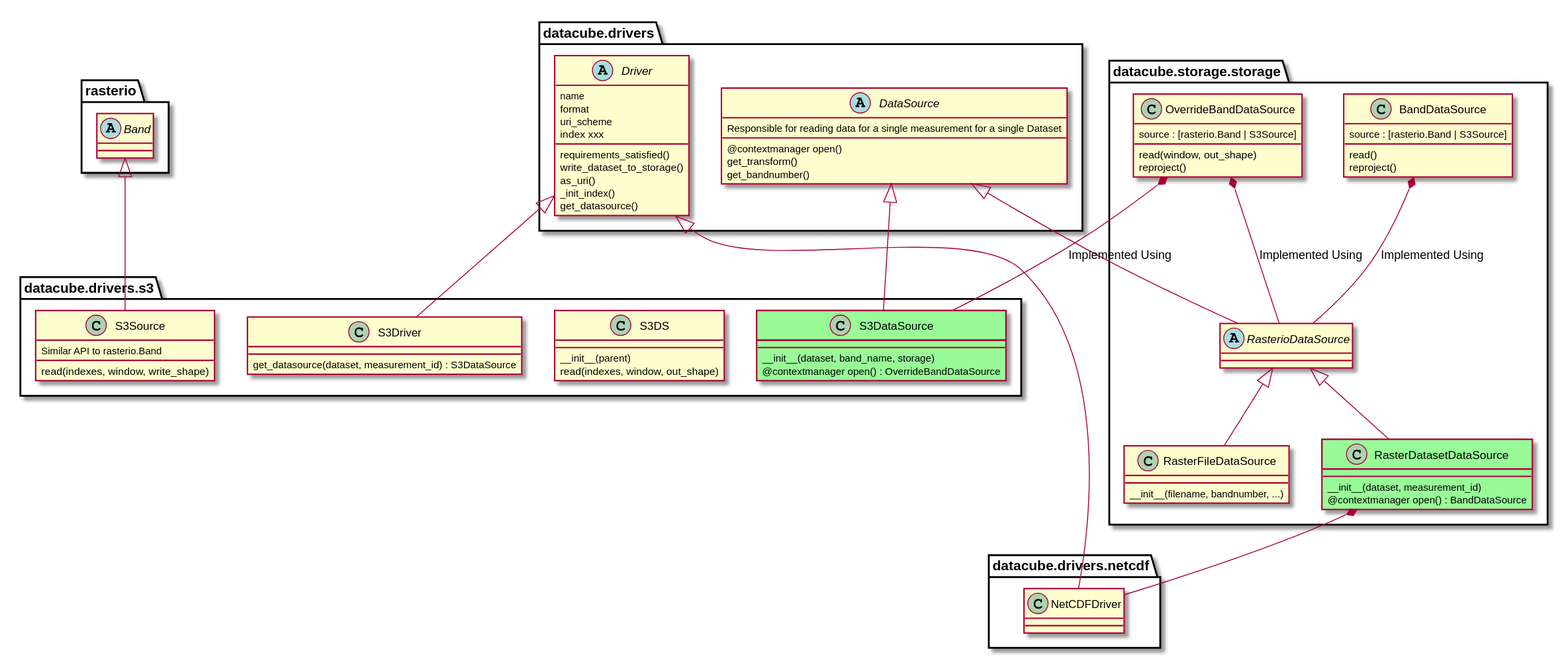
Earlier version of the PlantUML export docs/diagrams/storage_drivers_old.svg (loicdtx/datacube-core).
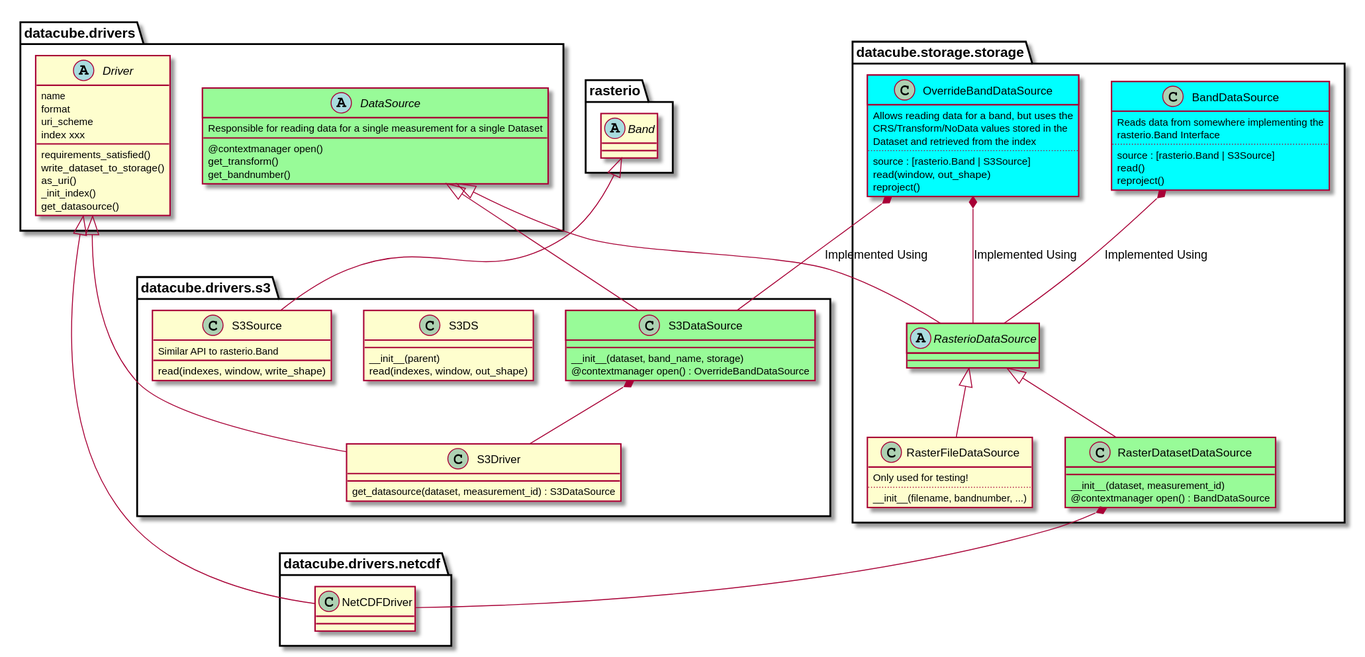
Above is the later version.

Change to the diagram source:
```diff
@@ -3,7 +3,7 @@
 abstract rasterio.Band
 
 package datacube.drivers {
-    abstract DataSource {
+    abstract DataSource #PaleGreen {
         Responsible for reading data for a single measurement for a single Dataset
         @contextmanager open()
         get_transform()
@@ -55,13 +55,20 @@
 
 package datacube.storage.storage {
 
-    class BandDataSource {
+    class BandDataSource #Cyan {
+        Reads data from somewhere implementing the
+        rasterio.Band Interface
+        ..
         source : [rasterio.Band | S3Source]
 
         read()
         reproject()
     }
-    class OverrideBandDataSource {
+    class OverrideBandDataSource #Cyan {
+        Allows reading data for a band, but uses the
+        CRS/Transform/NoData values stored in the
+        Dataset and retrieved from the index
+        ..
         source : [rasterio.Band | S3Source]
 
         read(window, out_shape)
@@ -69,11 +76,13 @@
 
     }
 
-    abstract RasterioDataSource {
+    abstract RasterioDataSource #PaleGreen {
 
     }
     DataSource <|-- RasterioDataSource
     class RasterFileDataSource {
+        Only used for testing!
+        ..
         __init__(filename, bandnumber, ...)
 
     }
@@ -92,4 +101,5 @@
 DataSource <|-- S3DataSource
 Driver <|-- S3Driver
 RasterDatasetDataSource *-- NetCDFDriver
+S3DataSource *-- S3Driver
 @enduml
```
